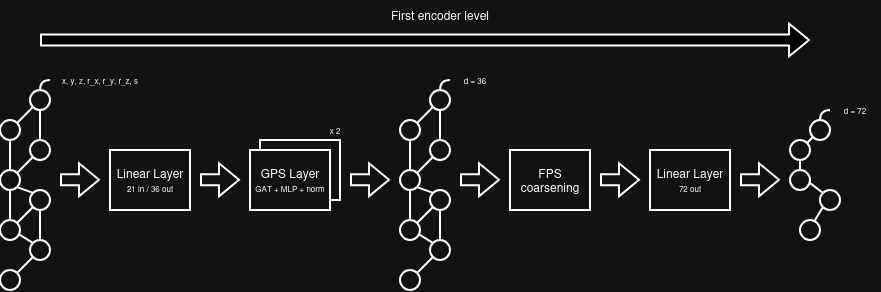
mbendjilali/GVAE keeps this draw.io diagram as media/first_encoder_level.png. Above is the earlier version. Source tidied: cells renumbered, new cells last; positions are measured from the earlier drawing's top-left corner, leaving out a move shared by most shapes.
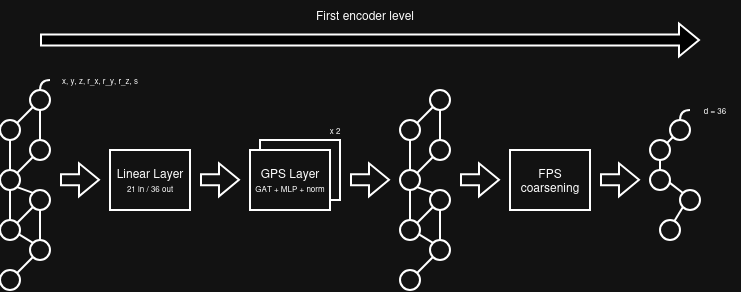
After the commit.

Diff of the diagram source:
```diff
@@ -146,16 +146,6 @@
         <mxPoint x="390" y="179.8" as="targetPoint" />
       </mxGeometry>
     </mxCell>
-    <mxCell id="47" style="edgeStyle=orthogonalEdgeStyle;rounded=0;jettySize=auto;html=1;entryX=0.5;entryY=0;entryDx=0;entryDy=0;startArrow=none;startFill=0;endArrow=none;endFill=0;strokeWidth=2;curved=1;" parent="1" edge="1" source="48" target="28">
-      <mxGeometry relative="1" as="geometry">
-        <Array as="points">
-          <mxPoint x="440" y="80" />
-        </Array>
-      </mxGeometry>
-    </mxCell>
-    <mxCell id="48" value="d = 36" style="text;html=1;whiteSpace=wrap;strokeColor=none;fillColor=none;align=center;verticalAlign=middle;rounded=0;fontSize=8;strokeWidth=2;" parent="1" vertex="1">
-      <mxGeometry x="450" y="70" width="50" height="20" as="geometry" />
-    </mxCell>
     <mxCell id="49" value="FPS coarsening" style="rounded=0;whiteSpace=wrap;html=1;strokeWidth=2;" parent="1" vertex="1">
       <mxGeometry x="510" y="150" width="80" height="60" as="geometry" />
     </mxCell>
@@ -165,62 +155,53 @@
         <mxPoint x="500" y="179.8" as="targetPoint" />
       </mxGeometry>
     </mxCell>
-    <mxCell id="51" value="&lt;div&gt;Linear Layer&lt;/div&gt;&lt;div&gt;&lt;font style=&quot;font-size: 8px;&quot;&gt;72 out&lt;/font&gt;&lt;/div&gt;" style="rounded=0;whiteSpace=wrap;html=1;strokeWidth=2;" parent="1" vertex="1">
-      <mxGeometry x="650" y="150" width="80" height="60" as="geometry" />
-    </mxCell>
-    <mxCell id="52" style="shape=flexArrow;endArrow=classic;html=1;rounded=0;strokeWidth=2;" parent="1" edge="1">
-      <mxGeometry relative="1" as="geometry">
-        <mxPoint x="600" y="179.8" as="sourcePoint" />
-        <mxPoint x="640" y="179.8" as="targetPoint" />
-      </mxGeometry>
-    </mxCell>
     <mxCell id="53" style="ellipse;whiteSpace=wrap;html=1;strokeWidth=2;" parent="1" vertex="1">
-      <mxGeometry x="810" y="120" width="20" height="20" as="geometry" />
+      <mxGeometry x="670" y="120" width="20" height="20" as="geometry" />
     </mxCell>
     <mxCell id="54" style="rounded=0;jettySize=auto;html=1;exitX=1;exitY=0;exitDx=0;exitDy=0;entryX=0;entryY=1;entryDx=0;entryDy=0;endArrow=none;endFill=0;strokeWidth=2;" parent="1" edge="1" source="55" target="53">
       <mxGeometry relative="1" as="geometry" />
     </mxCell>
     <mxCell id="55" style="ellipse;whiteSpace=wrap;html=1;strokeWidth=2;" parent="1" vertex="1">
-      <mxGeometry x="790" y="140" width="20" height="20" as="geometry" />
+      <mxGeometry x="650" y="140" width="20" height="20" as="geometry" />
     </mxCell>
     <mxCell id="56" style="edgeStyle=orthogonalEdgeStyle;rounded=0;jettySize=auto;html=1;exitX=0.5;exitY=0;exitDx=0;exitDy=0;entryX=0.5;entryY=1;entryDx=0;entryDy=0;endArrow=none;endFill=0;strokeWidth=2;" parent="1" edge="1" source="57" target="55">
       <mxGeometry relative="1" as="geometry" />
     </mxCell>
     <mxCell id="57" style="ellipse;whiteSpace=wrap;html=1;strokeWidth=2;" parent="1" vertex="1">
-      <mxGeometry x="790" y="170" width="20" height="20" as="geometry" />
+      <mxGeometry x="650" y="170" width="20" height="20" as="geometry" />
     </mxCell>
     <mxCell id="58" style="rounded=0;jettySize=auto;html=1;exitX=0;exitY=0;exitDx=0;exitDy=0;entryX=0.977;entryY=0.63;entryDx=0;entryDy=0;endArrow=none;endFill=0;entryPerimeter=0;strokeWidth=2;" parent="1" edge="1" source="59" target="57">
       <mxGeometry relative="1" as="geometry" />
     </mxCell>
     <mxCell id="59" style="ellipse;whiteSpace=wrap;html=1;strokeWidth=2;" parent="1" vertex="1">
-      <mxGeometry x="820" y="190" width="20" height="20" as="geometry" />
+      <mxGeometry x="680" y="190" width="20" height="20" as="geometry" />
     </mxCell>
     <mxCell id="60" style="rounded=0;jettySize=auto;html=1;exitX=0.73;exitY=0.037;exitDx=0;exitDy=0;entryX=0;entryY=1;entryDx=0;entryDy=0;endArrow=none;endFill=0;exitPerimeter=0;strokeWidth=2;" parent="1" edge="1" source="61" target="59">
       <mxGeometry relative="1" as="geometry" />
     </mxCell>
     <mxCell id="61" style="ellipse;whiteSpace=wrap;html=1;strokeWidth=2;" parent="1" vertex="1">
-      <mxGeometry x="800" y="220" width="20" height="20" as="geometry" />
+      <mxGeometry x="660" y="220" width="20" height="20" as="geometry" />
     </mxCell>
     <mxCell id="62" style="shape=flexArrow;endArrow=classic;html=1;rounded=0;strokeWidth=2;" parent="1" edge="1">
       <mxGeometry relative="1" as="geometry">
-        <mxPoint x="740" y="179.8" as="sourcePoint" />
-        <mxPoint x="780" y="179.8" as="targetPoint" />
+        <mxPoint x="600" y="179.8" as="sourcePoint" />
+        <mxPoint x="640" y="179.8" as="targetPoint" />
       </mxGeometry>
     </mxCell>
     <mxCell id="63" style="edgeStyle=orthogonalEdgeStyle;rounded=0;jettySize=auto;html=1;exitX=0;exitY=0.5;exitDx=0;exitDy=0;entryX=0.5;entryY=0;entryDx=0;entryDy=0;endArrow=none;endFill=0;strokeWidth=2;curved=1;" parent="1" edge="1" source="64" target="53">
       <mxGeometry relative="1" as="geometry" />
     </mxCell>
-    <mxCell id="64" value="&lt;div&gt;d = 72&lt;/div&gt;" style="text;html=1;whiteSpace=wrap;strokeColor=none;fillColor=none;align=center;verticalAlign=middle;rounded=0;fontSize=8;strokeWidth=2;" parent="1" vertex="1">
-      <mxGeometry x="830" y="100" width="50" height="20" as="geometry" />
+    <mxCell id="64" value="&lt;div&gt;d = 36&lt;/div&gt;" style="text;html=1;whiteSpace=wrap;strokeColor=none;fillColor=none;align=center;verticalAlign=middle;rounded=0;fontSize=8;strokeWidth=2;" parent="1" vertex="1">
+      <mxGeometry x="690" y="100" width="50" height="20" as="geometry" />
     </mxCell>
     <mxCell id="65" style="shape=flexArrow;endArrow=classic;html=1;rounded=0;fontStyle=0;strokeWidth=2;fillColor=light-dark(#FFFFFF,#000000);" parent="1" edge="1">
       <mxGeometry relative="1" as="geometry">
         <mxPoint x="40" y="40" as="sourcePoint" />
-        <mxPoint x="810" y="40" as="targetPoint" />
+        <mxPoint x="700" y="40" as="targetPoint" />
       </mxGeometry>
     </mxCell>
     <mxCell id="66" value="First encoder level" style="text;html=1;whiteSpace=wrap;strokeColor=none;fillColor=none;align=center;verticalAlign=middle;rounded=0;strokeWidth=2;" parent="1" vertex="1">
-      <mxGeometry x="380" width="120" height="30" as="geometry" />
+      <mxGeometry x="305" width="120" height="30" as="geometry" />
     </mxCell>
   </root>
 </mxGraphModel>
```
